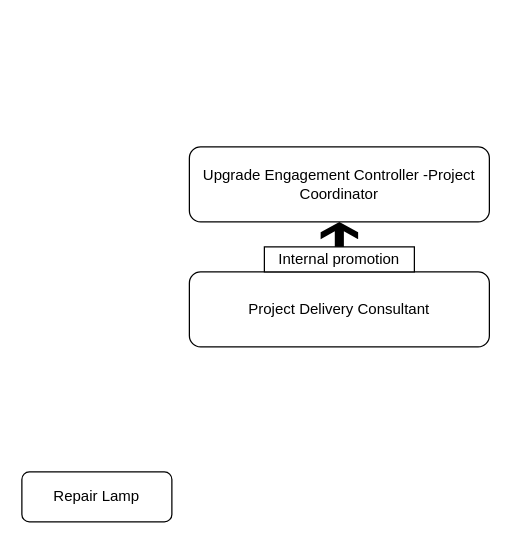
Above: Untitled Diagram.drawio in GoswamiAbhinav/GoswamiAbhinav (draw.io), before the change. Source tidied: cells renumbered, new cells numbered last; positions are measured from the earlier drawing's top-left corner, leaving out a move shared by most shapes. Both pictures are drawn from the tidied source at 125%, with x=0, y=0 at pixel (21, 146).
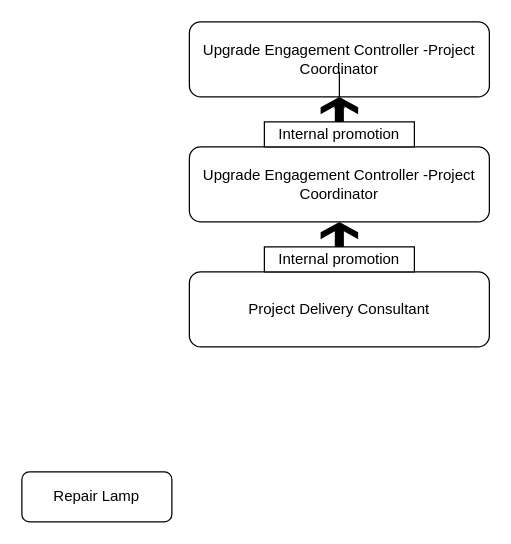
The same page after the edit.

What changed in the source:
```diff
@@
 <mxGraphModel>
   <root>
     <mxCell id="0" />
     <mxCell id="1" parent="0" />
     <mxCell id="2" value="&lt;p align=&quot;center&quot; class=&quot;MsoNormal&quot;&gt;&lt;span style=&quot;mso-spacerun:'yes';font-family:Calibri;mso-bidi-font-family:'Times New Roman';&lt;br/&gt;font-size:11.0000pt;mso-font-kerning:1.0000pt;&quot;&gt;Upgrade Engagement Controller -Project Coordinator&lt;/span&gt;&lt;span style=&quot;mso-spacerun:'yes';font-family:Calibri;mso-bidi-font-family:'Times New Roman';&lt;br/&gt;font-size:11.0000pt;mso-font-kerning:1.0000pt;&quot;&gt;&lt;/span&gt;&lt;/p&gt;" style="rounded=1;whiteSpace=wrap;html=1;fontSize=12;glass=0;strokeWidth=1;shadow=0;" parent="1" vertex="1">
       <mxGeometry x="134" width="240" height="60" as="geometry" />
     </mxCell>
     <mxCell id="3" value="Repair Lamp" style="rounded=1;whiteSpace=wrap;html=1;fontSize=12;glass=0;strokeWidth=1;shadow=0;" parent="1" vertex="1">
       <mxGeometry y="260" width="120" height="40" as="geometry" />
     </mxCell>
     <mxCell id="4" value="&lt;p align=&quot;center&quot; class=&quot;MsoNormal&quot;&gt;&lt;span style=&quot;mso-spacerun:'yes';font-family:Calibri;mso-bidi-font-family:'Times New Roman';&lt;br/&gt;font-size:11.0000pt;mso-font-kerning:1.0000pt;&quot;&gt;Project Delivery Consultant&lt;/span&gt;&lt;span style=&quot;mso-spacerun:'yes';font-family:Calibri;mso-bidi-font-family:'Times New Roman';&lt;br/&gt;font-size:11.0000pt;mso-font-kerning:1.0000pt;&quot;&gt;&lt;/span&gt;&lt;/p&gt;" style="rounded=1;whiteSpace=wrap;html=1;fontSize=12;glass=0;strokeWidth=1;shadow=0;" parent="1" vertex="1">
       <mxGeometry x="134" y="100" width="240" height="60" as="geometry" />
     </mxCell>
     <mxCell id="5" style="shape=mxgraph.signs.travel.arrow_north;html=1;fillColor=#000000;strokeColor=none;verticalLabelPosition=bottom;verticalAlign=top;align=center;" parent="1" vertex="1">
       <mxGeometry x="239" y="60" width="30" height="20" as="geometry" />
     </mxCell>
     <mxCell id="6" value="&lt;p align=&quot;center&quot; class=&quot;MsoNormal&quot;&gt;&lt;span style=&quot;mso-spacerun:'yes';font-family:Calibri;mso-bidi-font-family:'Times New Roman';&lt;br/&gt;font-size:11.0000pt;mso-font-kerning:1.0000pt;&quot;&gt;Internal promotion&lt;/span&gt;&lt;span style=&quot;mso-spacerun:'yes';font-family:Calibri;mso-bidi-font-family:'Times New Roman';&lt;br/&gt;font-size:11.0000pt;mso-font-kerning:1.0000pt;&quot;&gt;&lt;/span&gt;&lt;/p&gt;" style="rounded=0;whiteSpace=wrap;html=1;" parent="1" vertex="1">
       <mxGeometry x="194" y="80" width="120" height="20" as="geometry" />
     </mxCell>
+    <mxCell id="7" value="&lt;p align=&quot;center&quot; class=&quot;MsoNormal&quot;&gt;&lt;span style=&quot;mso-spacerun:'yes';font-family:Calibri;mso-bidi-font-family:'Times New Roman';&lt;br/&gt;font-size:11.0000pt;mso-font-kerning:1.0000pt;&quot;&gt;Upgrade Engagement Controller -Project Coordinator&lt;/span&gt;&lt;span style=&quot;mso-spacerun:'yes';font-family:Calibri;mso-bidi-font-family:'Times New Roman';&lt;br/&gt;font-size:11.0000pt;mso-font-kerning:1.0000pt;&quot;&gt;&lt;/span&gt;&lt;/p&gt;" style="rounded=1;whiteSpace=wrap;html=1;fontSize=12;glass=0;strokeWidth=1;shadow=0;" parent="1" vertex="1">
+      <mxGeometry x="134" y="-100" width="240" height="60" as="geometry" />
+    </mxCell>
+    <mxCell id="8" style="edgeStyle=orthogonalEdgeStyle;rounded=0;jettySize=auto;html=1;" parent="1" edge="1" source="9" target="7">
+      <mxGeometry relative="1" as="geometry" />
+    </mxCell>
+    <mxCell id="9" style="shape=mxgraph.signs.travel.arrow_north;html=1;fillColor=#000000;strokeColor=none;verticalLabelPosition=bottom;verticalAlign=top;align=center;" parent="1" vertex="1">
+      <mxGeometry x="239" y="-40" width="30" height="20" as="geometry" />
+    </mxCell>
+    <mxCell id="10" value="&lt;p align=&quot;center&quot; class=&quot;MsoNormal&quot;&gt;&lt;span style=&quot;mso-spacerun:'yes';font-family:Calibri;mso-bidi-font-family:'Times New Roman';&lt;br/&gt;font-size:11.0000pt;mso-font-kerning:1.0000pt;&quot;&gt;Internal promotion&lt;/span&gt;&lt;span style=&quot;mso-spacerun:'yes';font-family:Calibri;mso-bidi-font-family:'Times New Roman';&lt;br/&gt;font-size:11.0000pt;mso-font-kerning:1.0000pt;&quot;&gt;&lt;/span&gt;&lt;/p&gt;" style="rounded=0;whiteSpace=wrap;html=1;" parent="1" vertex="1">
+      <mxGeometry x="194" y="-20" width="120" height="20" as="geometry" />
+    </mxCell>
   </root>
 </mxGraphModel>
```
